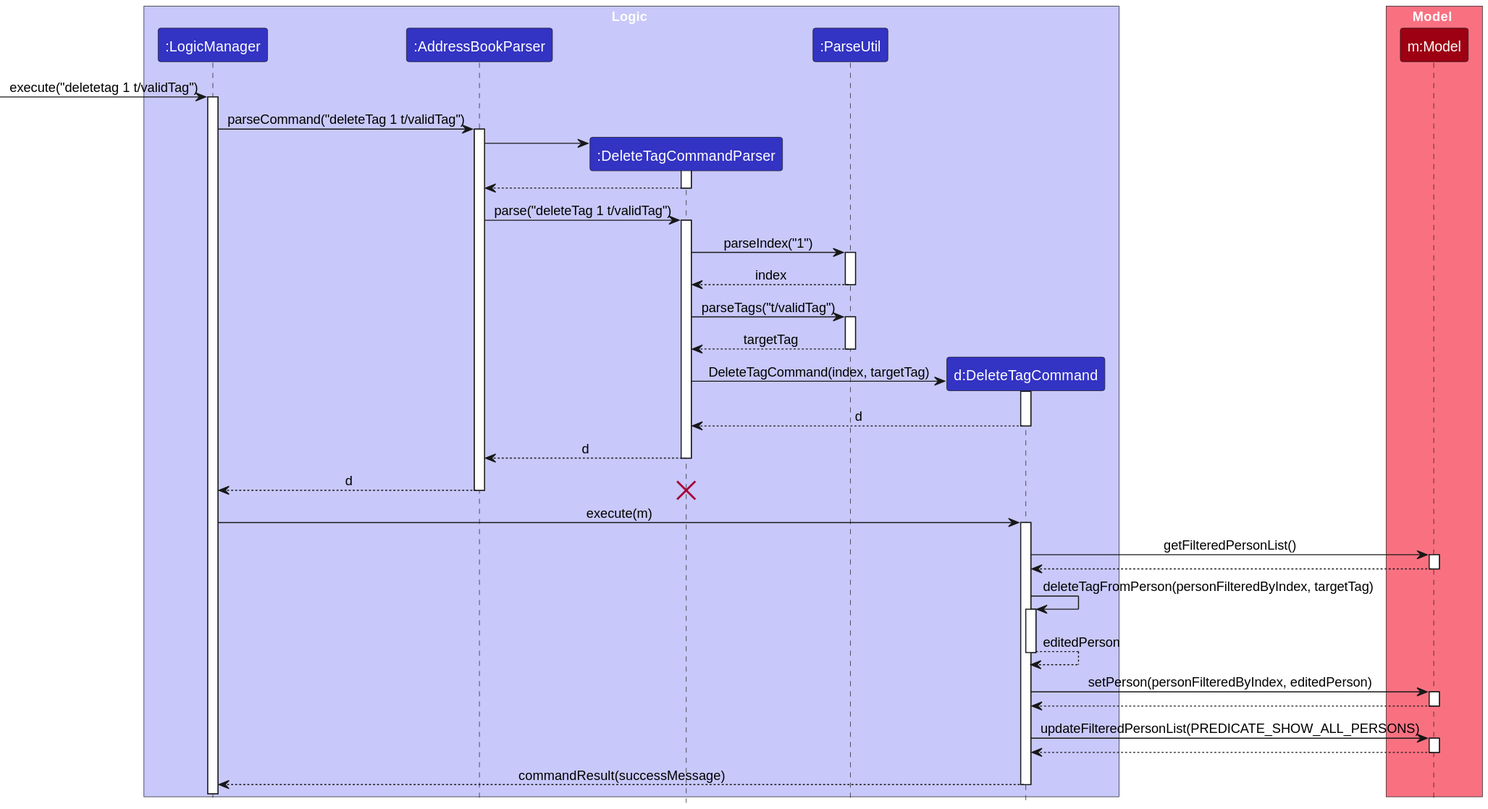
Before: docs/images/DeleteTagSequenceDiagram.svg, a diagram exported from PlantUML (AY2324S2-CS2103-F15-1/tp). The source it was exported from:
```plantuml
@startuml
!include style.puml
skinparam ArrowFontStyle plain

box Logic LOGIC_COLOR_T1
participant ":LogicManager" as LogicManager LOGIC_COLOR
participant ":AddressBookParser" as AddressBookParser LOGIC_COLOR
participant ":DeleteTagCommandParser" as DeleteTagCommandParser LOGIC_COLOR
participant ":ParseUtil" as ParseUtil LOGIC_COLOR
participant "d:DeleteTagCommand" as DeleteTagCommand LOGIC_COLOR
end box

box Model MODEL_COLOR_T1
participant "m:Model" as Model MODEL_COLOR
end box

[-> LogicManager : execute("deletetag 1 t/validTag")
activate LogicManager

LogicManager -> AddressBookParser : parseCommand("deleteTag 1 t/validTag")
activate AddressBookParser

create DeleteTagCommandParser
AddressBookParser -> DeleteTagCommandParser
activate DeleteTagCommandParser

DeleteTagCommandParser --> AddressBookParser
deactivate DeleteTagCommandParser

AddressBookParser -> DeleteTagCommandParser : parse("deleteTag 1 t/validTag")
activate DeleteTagCommandParser

DeleteTagCommandParser -> ParseUtil : parseIndex("1")
activate ParseUtil

ParseUtil --> DeleteTagCommandParser : index
deactivate ParseUtil

DeleteTagCommandParser -> ParseUtil : parseTags("t/validTag")

activate ParseUtil

ParseUtil --> DeleteTagCommandParser : targetTag
deactivate ParseUtil

create DeleteTagCommand
DeleteTagCommandParser -> DeleteTagCommand : DeleteTagCommand(index, targetTag)
activate DeleteTagCommand

DeleteTagCommand --> DeleteTagCommandParser : d
deactivate DeleteTagCommand

DeleteTagCommandParser --> AddressBookParser : d
deactivate DeleteTagCommandParser

AddressBookParser --> LogicManager : d
deactivate AddressBookParser
destroy DeleteTagCommandParser

LogicManager -> DeleteTagCommand : execute(m)
activate DeleteTagCommand

DeleteTagCommand -> Model : getFilteredPersonList()
activate Model

Model --> DeleteTagCommand
deactivate Model

DeleteTagCommand -> DeleteTagCommand : deleteTagFromPerson(personFilteredByIndex, targetTag)
activate DeleteTagCommand

DeleteTagCommand --> DeleteTagCommand : editedPerson
deactivate DeleteTagCommand

DeleteTagCommand -> Model : setPerson(personFilteredByIndex, editedPerson)
activate Model

Model --> DeleteTagCommand
deactivate Model

DeleteTagCommand -> Model: updateFilteredPersonList(PREDICATE_SHOW_ALL_PERSONS)
activate Model

Model --> DeleteTagCommand
deactivate Model

DeleteTagCommand --> LogicManager: commandResult(successMessage)
deactivate DeleteTagCommand
@enduml
```
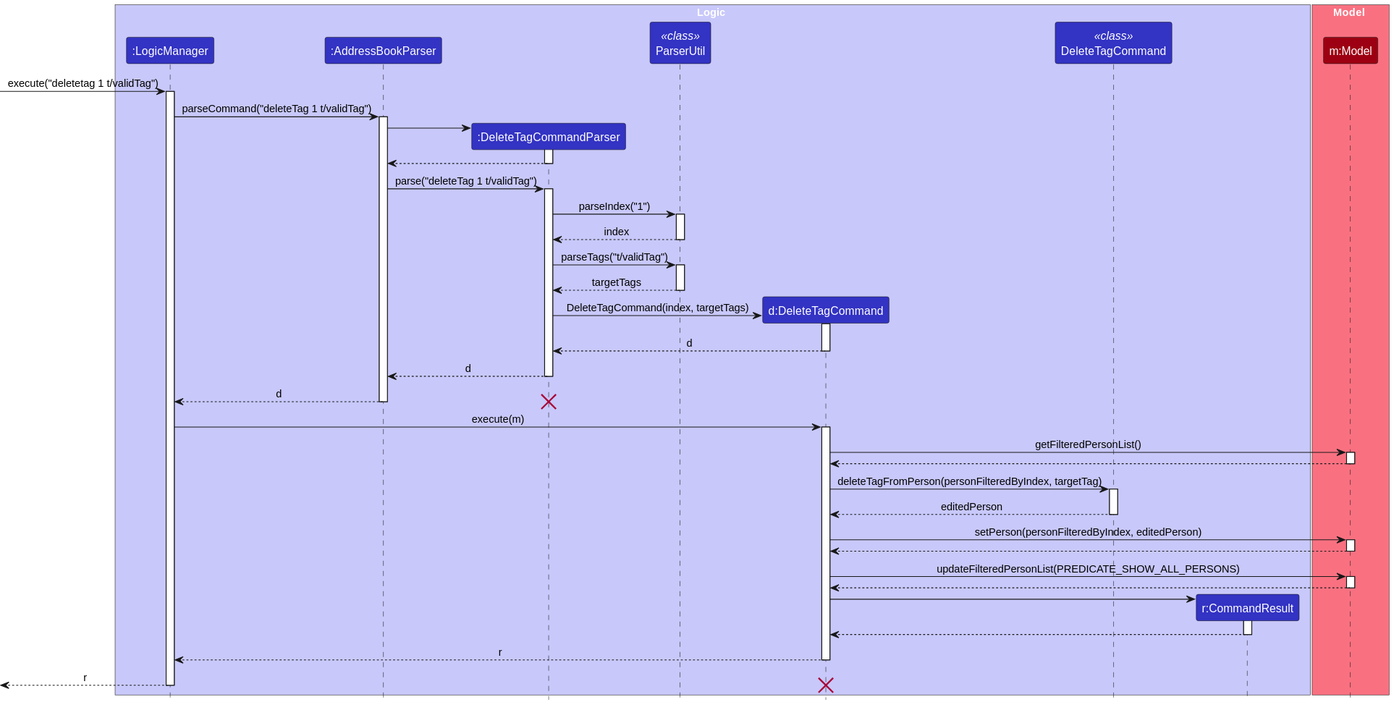
Above is the later version.

Diff of the diagram source:
```diff
@@ -6,8 +6,10 @@
 participant ":LogicManager" as LogicManager LOGIC_COLOR
 participant ":AddressBookParser" as AddressBookParser LOGIC_COLOR
 participant ":DeleteTagCommandParser" as DeleteTagCommandParser LOGIC_COLOR
-participant ":ParseUtil" as ParseUtil LOGIC_COLOR
+participant "ParserUtil" as ParserUtil <<class>> LOGIC_COLOR
 participant "d:DeleteTagCommand" as DeleteTagCommand LOGIC_COLOR
+participant "DeleteTagCommand" as DeleteTagCommandStatic <<class>> LOGIC_COLOR
+participant "r:CommandResult" as CommandResult LOGIC_COLOR
 end box
 
 box Model MODEL_COLOR_T1
@@ -30,21 +32,21 @@
 AddressBookParser -> DeleteTagCommandParser : parse("deleteTag 1 t/validTag")
 activate DeleteTagCommandParser
 
-DeleteTagCommandParser -> ParseUtil : parseIndex("1")
-activate ParseUtil
+DeleteTagCommandParser -> ParserUtil : parseIndex("1")
+activate ParserUtil
 
-ParseUtil --> DeleteTagCommandParser : index
-deactivate ParseUtil
+ParserUtil --> DeleteTagCommandParser : index
+deactivate ParserUtil
 
-DeleteTagCommandParser -> ParseUtil : parseTags("t/validTag")
+DeleteTagCommandParser -> ParserUtil : parseTags("t/validTag")
 
-activate ParseUtil
+activate ParserUtil
 
-ParseUtil --> DeleteTagCommandParser : targetTag
-deactivate ParseUtil
+ParserUtil --> DeleteTagCommandParser : targetTags
+deactivate ParserUtil
 
 create DeleteTagCommand
-DeleteTagCommandParser -> DeleteTagCommand : DeleteTagCommand(index, targetTag)
+DeleteTagCommandParser -> DeleteTagCommand : DeleteTagCommand(index, targetTags)
 activate DeleteTagCommand
 
 DeleteTagCommand --> DeleteTagCommandParser : d
@@ -66,11 +68,11 @@
 Model --> DeleteTagCommand
 deactivate Model
 
-DeleteTagCommand -> DeleteTagCommand : deleteTagFromPerson(personFilteredByIndex, targetTag)
-activate DeleteTagCommand
+DeleteTagCommand -> DeleteTagCommandStatic : deleteTagFromPerson(personFilteredByIndex, targetTag)
+activate DeleteTagCommandStatic
 
-DeleteTagCommand --> DeleteTagCommand : editedPerson
-deactivate DeleteTagCommand
+DeleteTagCommandStatic --> DeleteTagCommand : editedPerson
+deactivate DeleteTagCommandStatic
 
 DeleteTagCommand -> Model : setPerson(personFilteredByIndex, editedPerson)
 activate Model
@@ -84,6 +86,17 @@
 Model --> DeleteTagCommand
 deactivate Model
 
-DeleteTagCommand --> LogicManager: commandResult(successMessage)
+create CommandResult
+DeleteTagCommand -> CommandResult
+activate CommandResult
+
+CommandResult --> DeleteTagCommand
+deactivate CommandResult
+
+DeleteTagCommand --> LogicManager: r
 deactivate DeleteTagCommand
+
+[<--LogicManager : r
+deactivate LogicManager
+destroy DeleteTagCommand
 @enduml
```
